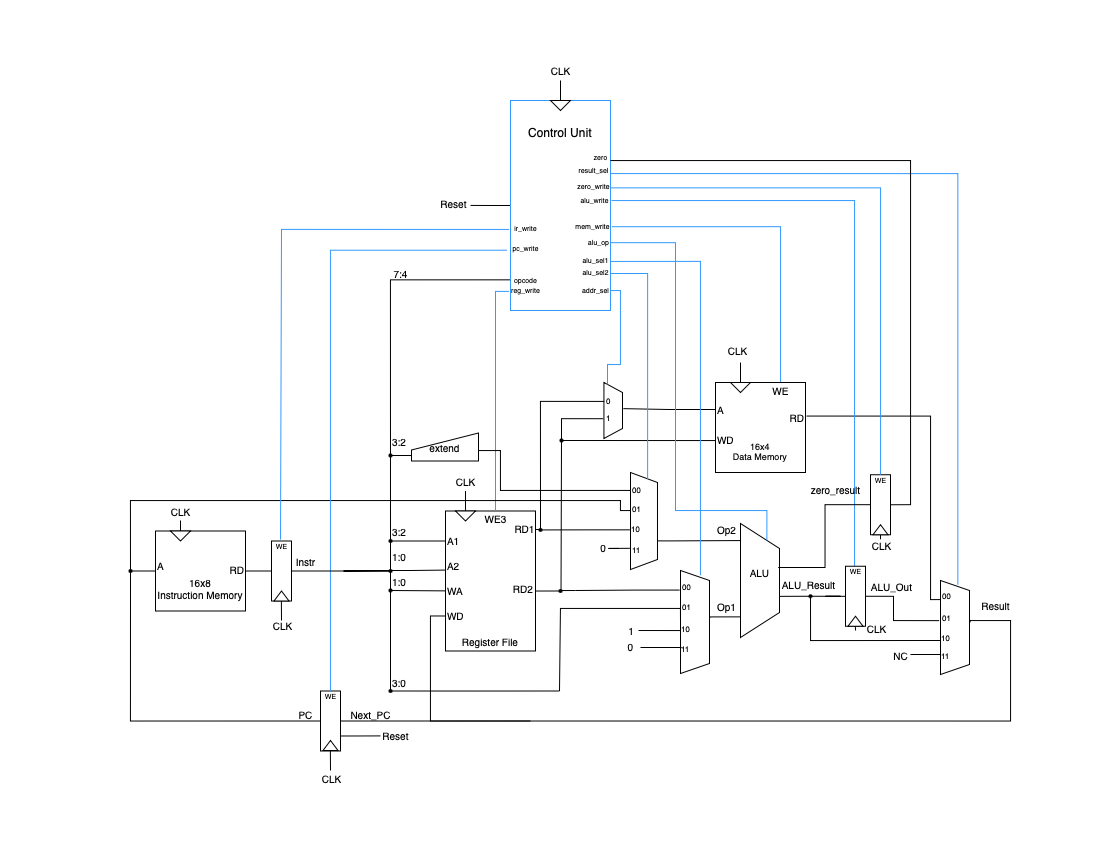
The draw.io diagram doc/cpu_block.png in mykhani/system-verilog-processor-design, before a commit. Source tidied: cells renumbered, new cells last; positions are measured from the earlier drawing's top-left corner, leaving out a move shared by most shapes.
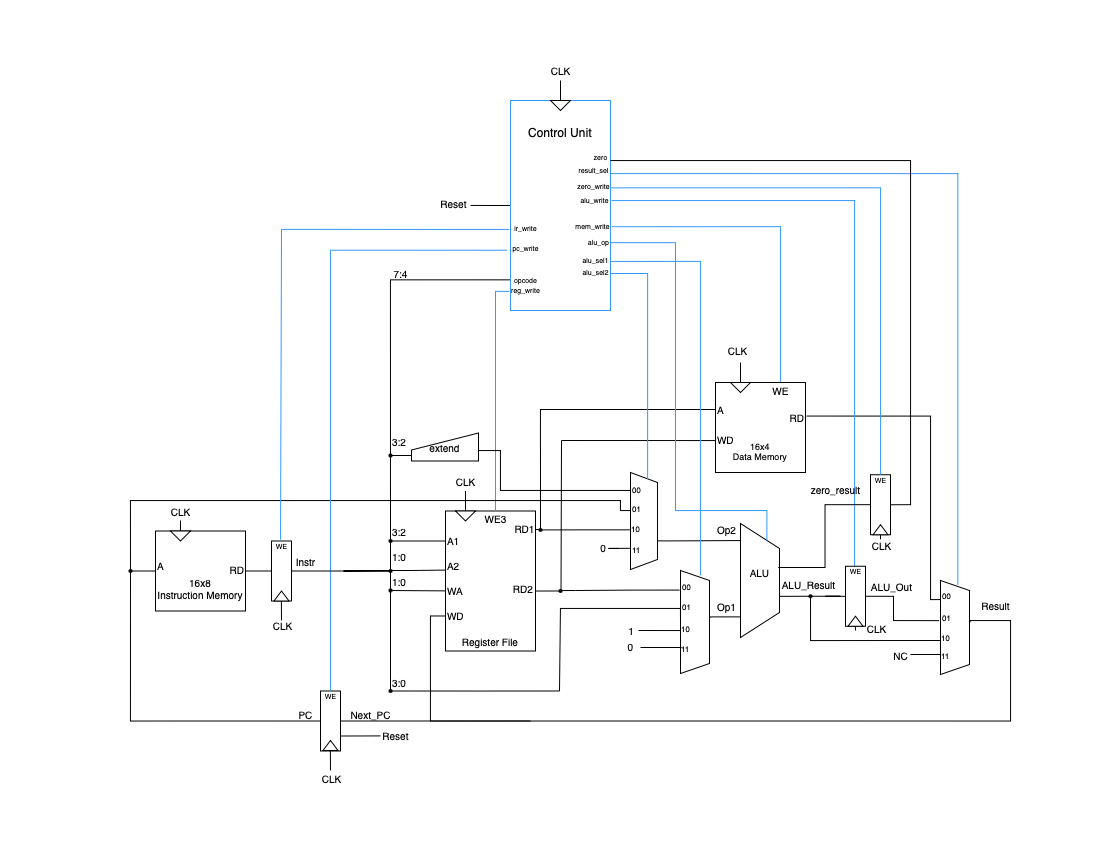
After the commit.

Change to the diagram source:
```diff
@@ -242,8 +242,9 @@
     <mxCell id="61" style="shape=waypoint;sketch=0;fillStyle=solid;size=6;points=[];fillColor=none;perimeter=centerPerimeter;snapToPoint=1;strokeWidth=0;" parent="1" vertex="1">
       <mxGeometry y="510.5" width="20" height="20" as="geometry" />
     </mxCell>
-    <mxCell id="62" style="edgeStyle=orthogonalEdgeStyle;rounded=0;jettySize=auto;html=1;exitX=0;exitY=0.75;exitDx=0;exitDy=0;endArrow=none;endFill=0;" parent="1" edge="1" source="63" target="175">
+    <mxCell id="62" style="edgeStyle=orthogonalEdgeStyle;rounded=0;jettySize=auto;html=1;exitX=0;exitY=0.75;exitDx=0;exitDy=0;endArrow=none;endFill=0;" parent="1" edge="1" source="63">
       <mxGeometry relative="1" as="geometry">
+        <mxPoint x="441" y="390" as="targetPoint" />
         <Array as="points">
           <mxPoint x="595" y="390" />
         </Array>
@@ -252,7 +253,7 @@
     <mxCell id="63" value="&lt;div style=&quot;font-size: 9px;&quot;&gt;&lt;font style=&quot;font-size: 9px;&quot;&gt;16x4&lt;/font&gt;&lt;/div&gt;&lt;div style=&quot;font-size: 9px;&quot;&gt;&lt;font style=&quot;font-size: 9px;&quot;&gt;Data Memory&lt;/font&gt;&lt;/div&gt;" style="whiteSpace=wrap;html=1;labelPosition=center;verticalLabelPosition=middle;align=center;verticalAlign=bottom;fontSize=10;spacingBottom=8;" parent="1" vertex="1">
       <mxGeometry x="595" y="332" width="90" height="90" as="geometry" />
     </mxCell>
-    <mxCell id="64" style="edgeStyle=orthogonalEdgeStyle;rounded=0;jettySize=auto;html=1;entryX=0.467;entryY=-0.046;entryDx=0;entryDy=0;entryPerimeter=0;endArrow=none;endFill=0;" parent="1" edge="1" source="65" target="164">
+    <mxCell id="64" style="edgeStyle=orthogonalEdgeStyle;rounded=0;jettySize=auto;html=1;entryX=0.607;entryY=0.05;entryDx=0;entryDy=0;entryPerimeter=0;endArrow=none;endFill=0;" parent="1" edge="1" source="65" target="170">
       <mxGeometry relative="1" as="geometry" />
     </mxCell>
     <mxCell id="65" value="&lt;font style=&quot;font-size: 10px;&quot;&gt;A&lt;/font&gt;" style="text;html=1;align=left;verticalAlign=middle;points=[];strokeColor=none;fillColor=none;spacingRight=-12;" parent="1" vertex="1">
@@ -489,9 +490,6 @@
         </Array>
       </mxGeometry>
     </mxCell>
-    <mxCell id="121" value="addr_sel" style="text;html=1;align=center;verticalAlign=middle;strokeColor=none;fillColor=none;fontSize=7;spacing=0;spacingRight=-8;spacingLeft=-7;" parent="1" vertex="1">
-      <mxGeometry x="459" y="230" width="30" height="20" as="geometry" />
-    </mxCell>
     <mxCell id="122" style="edgeStyle=orthogonalEdgeStyle;rounded=0;jettySize=auto;html=1;endArrow=none;endFill=0;strokeColor=#3399FF;entryX=1.001;entryY=0.547;entryDx=0;entryDy=0;entryPerimeter=0;" parent="1" edge="1" source="87" target="173">
       <mxGeometry relative="1" as="geometry">
         <Array as="points">
@@ -674,26 +672,15 @@
         <mxPoint x="439" y="640.5" as="targetPoint" />
       </mxGeometry>
     </mxCell>
-    <mxCell id="164" style="shape=trapezoid;perimeter=trapezoidPerimeter;whiteSpace=wrap;html=1;fixedSize=1;direction=south;size=10;" parent="1" vertex="1">
-      <mxGeometry x="483.4" y="332" width="18.6" height="56" as="geometry" />
-    </mxCell>
-    <mxCell id="165" style="edgeStyle=orthogonalEdgeStyle;rounded=0;jettySize=auto;html=1;endArrow=none;endFill=0;exitX=0.338;exitY=0.983;exitDx=0;exitDy=0;exitPerimeter=0;" parent="1" edge="1" source="164" target="170">
-      <mxGeometry relative="1" as="geometry" />
-    </mxCell>
-    <mxCell id="166" value="&lt;span style=&quot;font-size: 8px;&quot;&gt;0&lt;/span&gt;" style="text;html=1;align=left;verticalAlign=middle;strokeColor=none;fillColor=none;spacing=0;spacingRight=-13;spacingTop=-6;spacingBottom=-2;" parent="1" vertex="1">
-      <mxGeometry x="485.5" y="346" width="10" height="10" as="geometry" />
-    </mxCell>
-    <mxCell id="167" style="edgeStyle=orthogonalEdgeStyle;rounded=0;jettySize=auto;html=1;entryX=0.475;entryY=0.344;entryDx=0;entryDy=0;entryPerimeter=0;endArrow=none;endFill=0;" parent="1" edge="1" source="175">
+    <mxCell id="167" style="edgeStyle=orthogonalEdgeStyle;rounded=0;orthogonalLoop=1;jettySize=auto;html=1;entryX=0.475;entryY=0.344;entryDx=0;entryDy=0;entryPerimeter=0;endArrow=none;endFill=0;" parent="1" edge="1">
       <mxGeometry relative="1" as="geometry">
+        <mxPoint x="441" y="390" as="sourcePoint" />
         <mxPoint x="440.5" y="540" as="targetPoint" />
         <Array as="points">
           <mxPoint x="441" y="390" />
         </Array>
       </mxGeometry>
     </mxCell>
-    <mxCell id="168" value="&lt;span style=&quot;font-size: 8px;&quot;&gt;1&lt;/span&gt;" style="text;html=1;align=left;verticalAlign=middle;strokeColor=none;fillColor=none;spacing=0;spacingRight=-13;spacingTop=-6;spacingBottom=-2;" parent="1" vertex="1">
-      <mxGeometry x="485.7" y="363.5" width="10" height="10" as="geometry" />
-    </mxCell>
     <mxCell id="169" style="edgeStyle=orthogonalEdgeStyle;rounded=0;jettySize=auto;html=1;endArrow=none;endFill=0;entryDx=0;entryDy=0;entryPerimeter=0;exitX=1;exitY=0.132;exitDx=0;exitDy=0;exitPerimeter=0;" parent="1" edge="1" source="12" target="170">
       <mxGeometry relative="1" as="geometry" />
     </mxCell>
@@ -711,25 +698,6 @@
     <mxCell id="173" value="alu_sel1" style="text;html=1;align=center;verticalAlign=middle;points=[];strokeColor=none;fillColor=none;fontSize=7;spacingRight=-8;spacing=0;spacingLeft=-7;" parent="1" vertex="1">
       <mxGeometry x="460" y="200" width="30" height="20" as="geometry" />
     </mxCell>
-    <mxCell id="174" style="edgeStyle=orthogonalEdgeStyle;rounded=0;jettySize=auto;html=1;entryX=1;entryY=0.905;entryDx=0;entryDy=0;entryPerimeter=0;endArrow=none;endFill=0;strokeColor=#3399FF;" parent="1" edge="1" source="164" target="114">
-      <mxGeometry relative="1" as="geometry">
-        <Array as="points">
-          <mxPoint x="487" y="314" />
-          <mxPoint x="500" y="314" />
-          <mxPoint x="500" y="240" />
-        </Array>
-      </mxGeometry>
-    </mxCell>
-    <mxCell id="175" style="shape=waypoint;sketch=0;fillStyle=solid;size=6;points=[];fillColor=none;perimeter=centerPerimeter;snapToPoint=1;strokeWidth=0;" parent="1" vertex="1">
-      <mxGeometry x="431" y="380" width="20" height="20" as="geometry" />
-    </mxCell>
-    <mxCell id="176" style="edgeStyle=orthogonalEdgeStyle;rounded=0;jettySize=auto;html=1;entryX=0.647;entryY=1.034;entryDx=0;entryDy=0;entryPerimeter=0;endArrow=none;endFill=0;" parent="1" edge="1" source="175" target="164">
-      <mxGeometry relative="1" as="geometry">
-        <Array as="points">
-          <mxPoint x="441" y="368" />
-        </Array>
-      </mxGeometry>
-    </mxCell>
     <mxCell id="177" value="&lt;font style=&quot;font-size: 10px;&quot;&gt;NC&lt;/font&gt;" style="text;html=1;align=center;verticalAlign=middle;strokeColor=none;fillColor=none;" parent="1" vertex="1">
       <mxGeometry x="760" y="590" width="40" height="30" as="geometry" />
     </mxCell>
```
